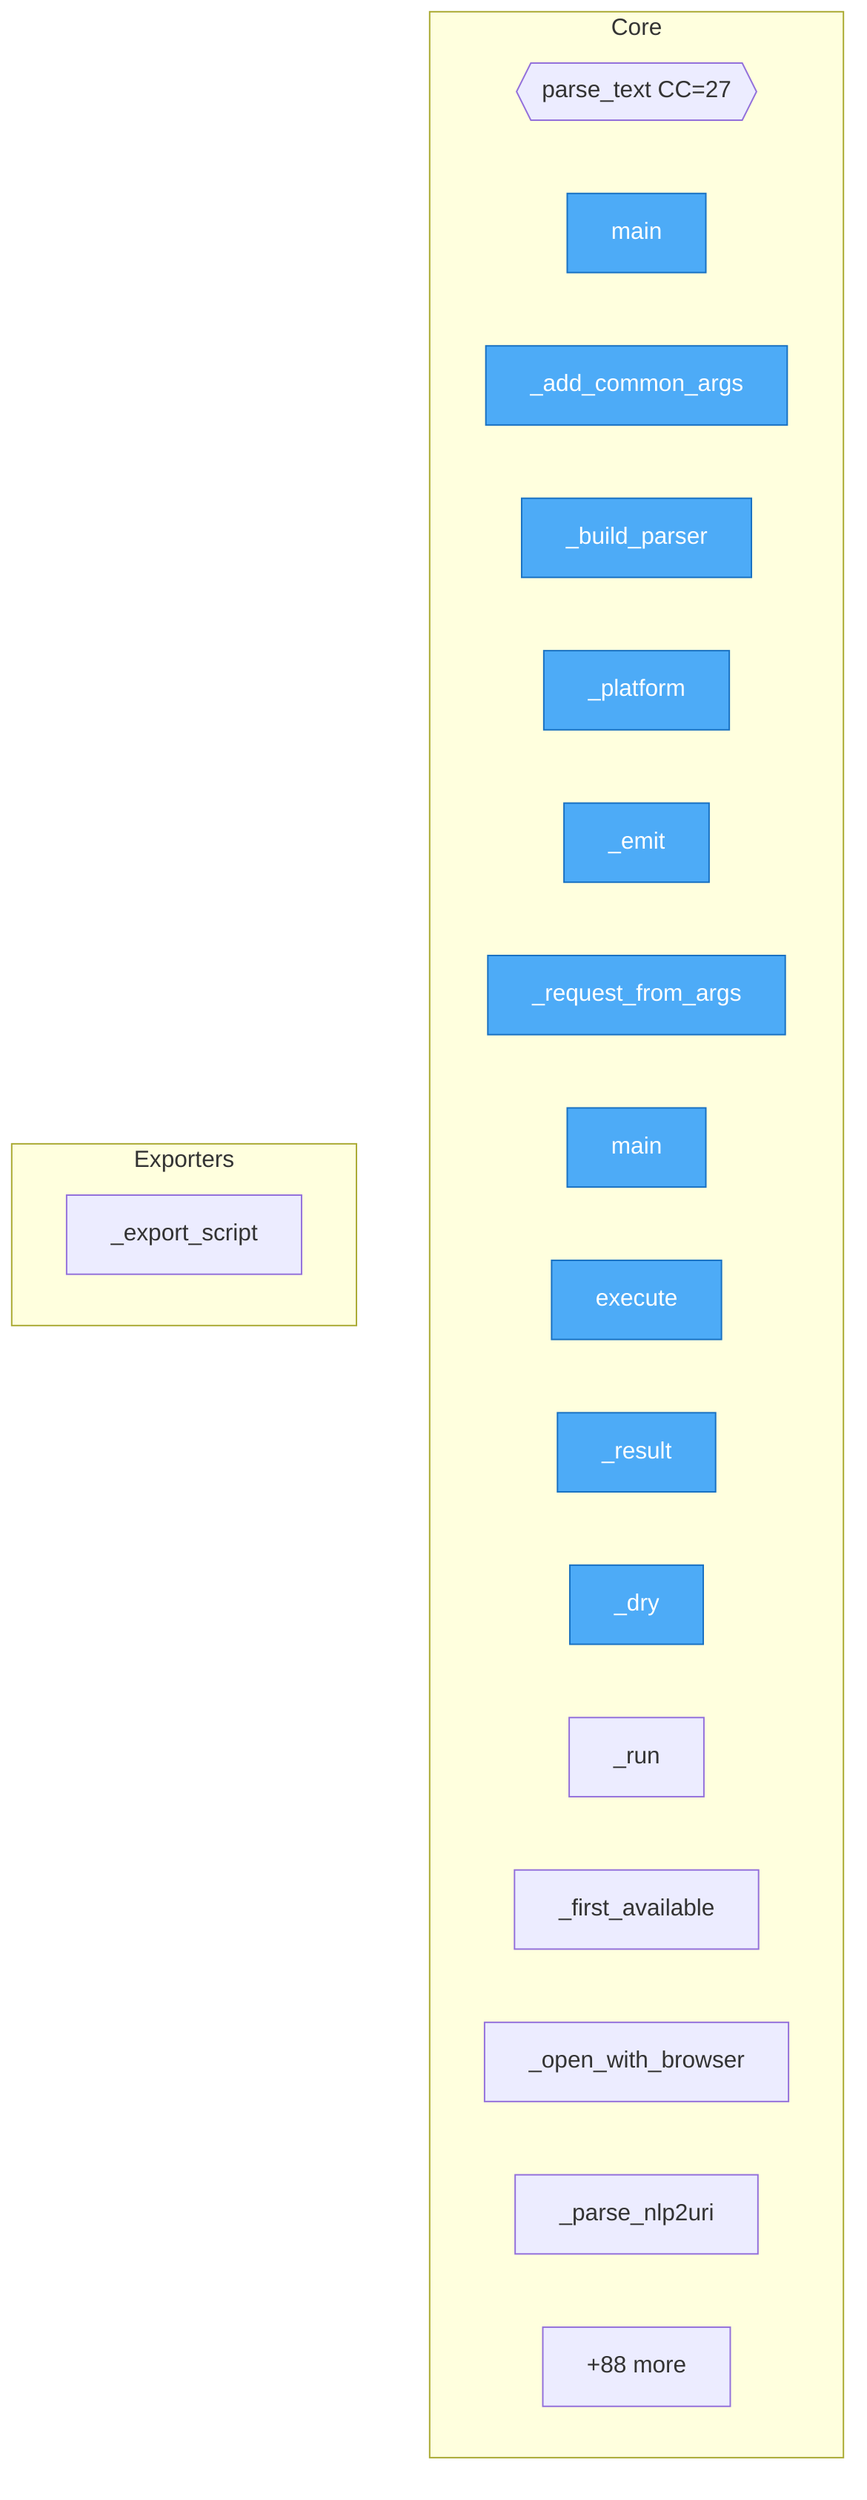
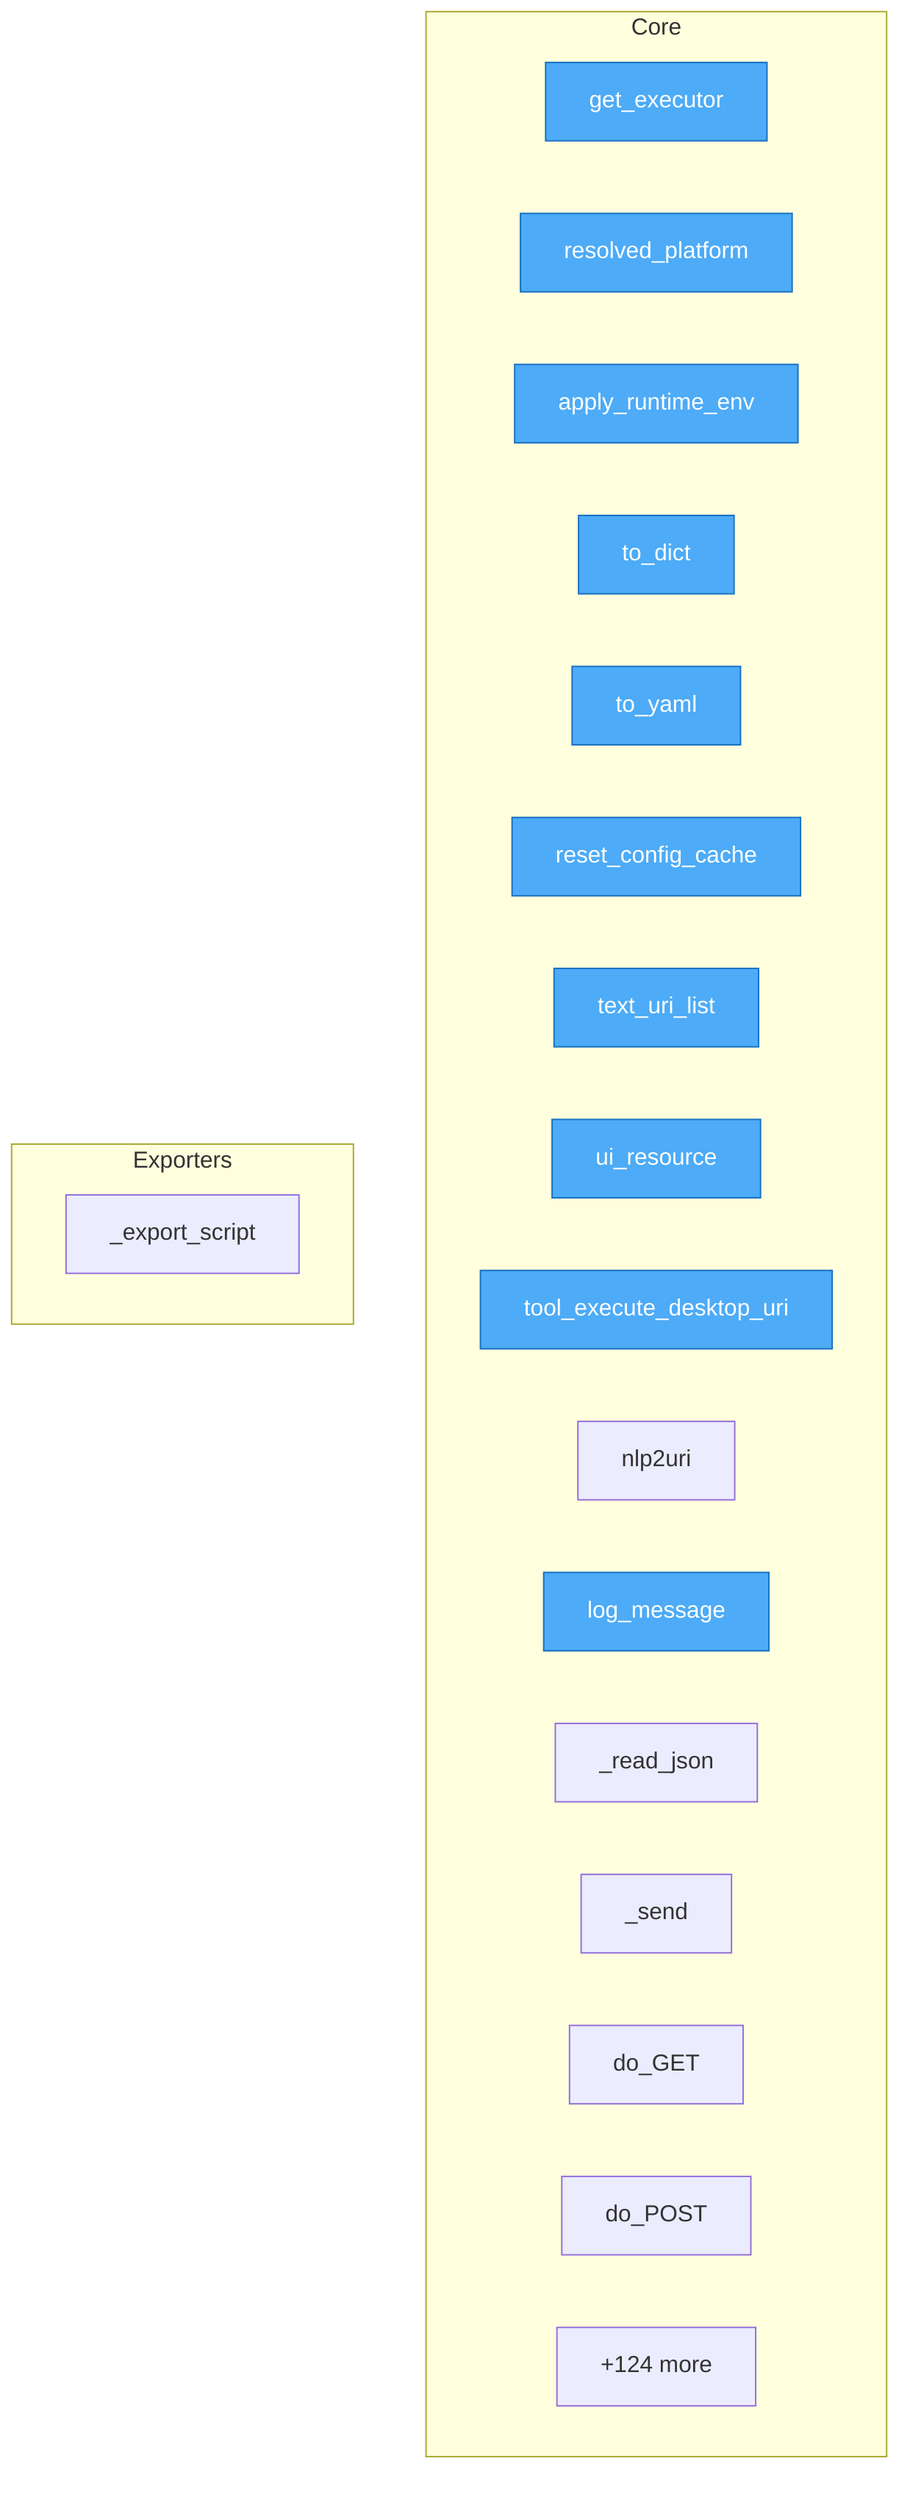
flowchart TD
%% generated in 0.01s

    %% Entry points (blue)
    classDef entry fill:#4dabf7,stroke:#1971c2,color:#fff

    subgraph Core
-         src__nlp2uri__parse_nl__parse_text{{parse_text CC=27}}
-         src__nlp2uri__integrators__mcp_server__main["main"]
-         src__nlp2uri__cli___add_common_args["_add_common_args"]
-         src__nlp2uri__cli___build_parser["_build_parser"]
-         src__nlp2uri__cli___platform["_platform"]
-         src__nlp2uri__cli___emit["_emit"]
-         src__nlp2uri__cli___request_from_args["_request_from_args"]
-         src__nlp2uri__cli__main["main"]
-         src__nlp2uri__platforms__base__UriExecutor__execute["execute"]
-         src__nlp2uri__platforms__base__UriExecutor___result["_result"]
-         src__nlp2uri__platforms__base__UriExecutor___dry["_dry"]
-         src__nlp2uri__platforms__base__UriExecutor___run["_run"]
-         src__nlp2uri__platforms__base__UriExecutor___first_available["_first_available"]
-         src__nlp2uri__platforms__base__UriExecutor___open_with_browser["_open_with_browser"]
-         src__nlp2uri__platforms__base__UriExecutor___parse_nlp2uri["_parse_nlp2uri"]
-         ...["+88 more"]
+         src__nlp2uri__runtime__get_executor["get_executor"]
+         src__nlp2uri__config__NLP2URIConfig__resolved_platform["resolved_platform"]
+         src__nlp2uri__config__NLP2URIConfig__apply_runtime_env["apply_runtime_env"]
+         src__nlp2uri__config__NLP2URIConfig__to_dict["to_dict"]
+         src__nlp2uri__config__NLP2URIConfig__to_yaml["to_yaml"]
+         src__nlp2uri__config__reset_config_cache["reset_config_cache"]
+         src__nlp2uri__mcp__text_uri_list["text_uri_list"]
+         src__nlp2uri__mcp__ui_resource["ui_resource"]
+         src__nlp2uri__mcp__tool_execute_desktop_uri["tool_execute_desktop_uri"]
+         src__nlp2uri__resolve__nlp2uri["nlp2uri"]
+         src__nlp2uri__integrators__rest_server__NLP2URIRequestHandler__log_message["log_message"]
+         src__nlp2uri__integrators__rest_server__NLP2URIRequestHandler___read_json["_read_json"]
+         src__nlp2uri__integrators__rest_server__NLP2URIRequestHandler___send["_send"]
+         src__nlp2uri__integrators__rest_server__NLP2URIRequestHandler__do_GET["do_GET"]
+         src__nlp2uri__integrators__rest_server__NLP2URIRequestHandler__do_POST["do_POST"]
+         ...["+124 more"]
    end

    subgraph Exporters
        src__nlp2uri__adapters__shell__ShellAdapter___export_script["_export_script"]
    end

-     class src__nlp2uri__integrators__mcp_server__main,src__nlp2uri__cli___add_common_args,src__nlp2uri__cli___build_parser,src__nlp2uri__cli___platform,src__nlp2uri__cli___emit,src__nlp2uri__cli___request_from_args,src__nlp2uri__cli__main,src__nlp2uri__platforms__base__UriExecutor__execute,src__nlp2uri__platforms__base__UriExecutor___result,src__nlp2uri__platforms__base__UriExecutor___dry entry
+     class src__nlp2uri__runtime__get_executor,src__nlp2uri__config__NLP2URIConfig__resolved_platform,src__nlp2uri__config__NLP2URIConfig__apply_runtime_env,src__nlp2uri__config__NLP2URIConfig__to_dict,src__nlp2uri__config__NLP2URIConfig__to_yaml,src__nlp2uri__config__reset_config_cache,src__nlp2uri__mcp__text_uri_list,src__nlp2uri__mcp__ui_resource,src__nlp2uri__mcp__tool_execute_desktop_uri,src__nlp2uri__integrators__rest_server__NLP2URIRequestHandler__log_message entry
